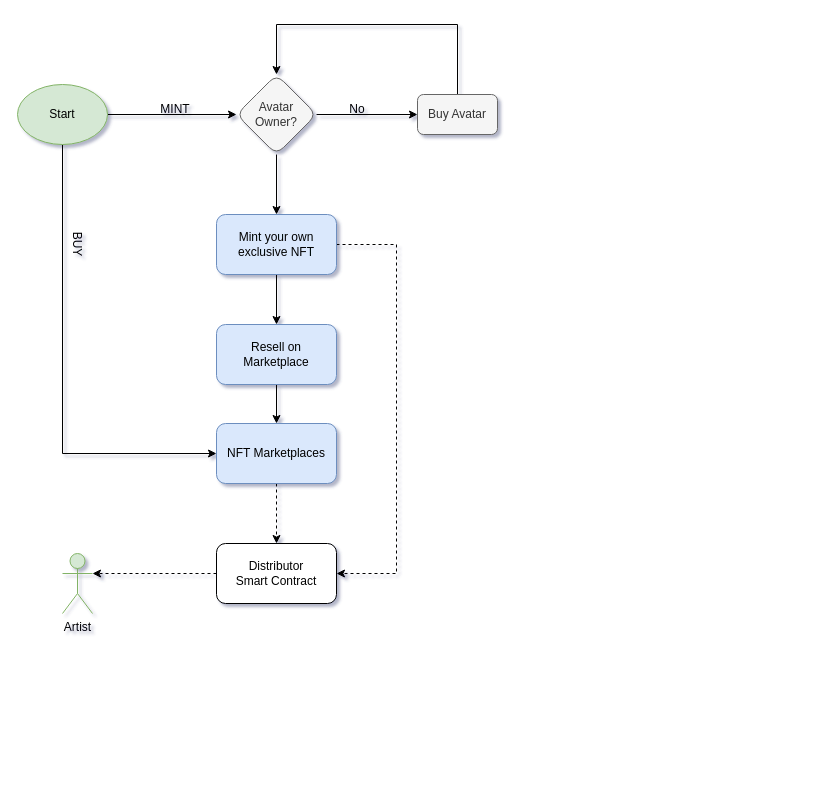
Above: CryptoKiwisSaleFlow.drawio in Carbon-Labs/Diagrams (draw.io), before the change. Source tidied: cells renumbered, new cells numbered last; positions are measured from the earlier drawing's top-left corner, leaving out a move shared by most shapes. Both pictures are drawn from the tidied source at 100%, with x=0, y=0 at pixel (17, 24). Pictures stored in the file or linked from it are replaced by grey dashed boxes.
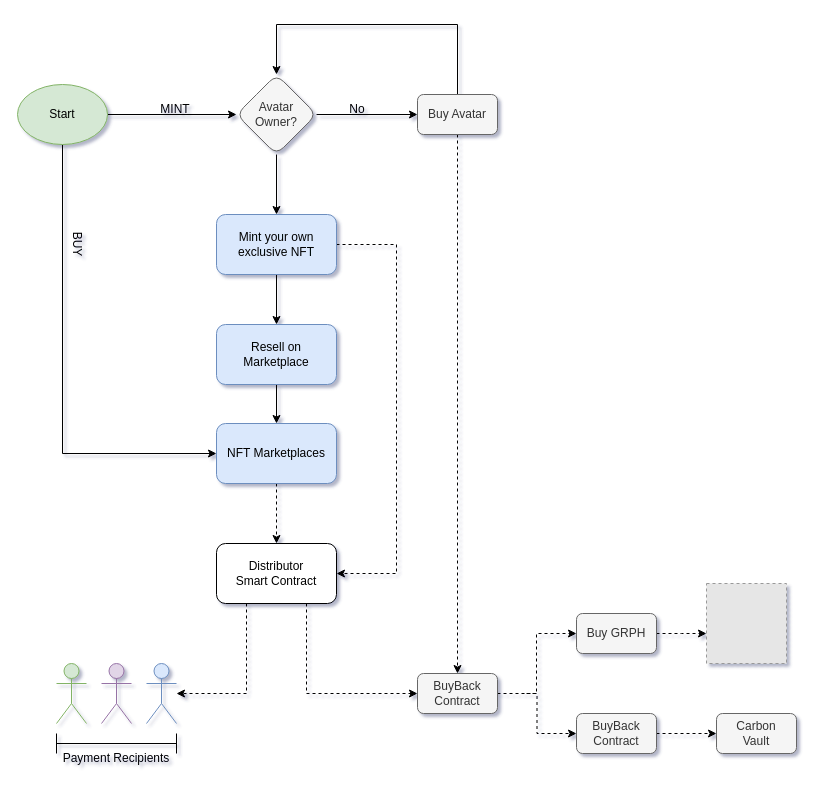
The same diagram, later.

Unchanged cells that the change refers to:
```xml
<mxCell id="6" value="Buy Avatar" style="rounded=1;whiteSpace=wrap;html=1;glass=0;fillColor=#f5f5f5;fontColor=#333333;strokeColor=#666666;" parent="1" vertex="1">
  <mxGeometry x="400" y="70" width="80" height="40" as="geometry" />
</mxCell>
<mxCell id="21" value="Distributor&lt;br&gt;Smart Contract" style="rounded=1;whiteSpace=wrap;html=1;" parent="1" vertex="1">
  <mxGeometry x="199" y="519" width="120" height="60" as="geometry" />
</mxCell>
```

What changed in the source:
```diff
@@
+    <mxCell id="23" style="edgeStyle=orthogonalEdgeStyle;rounded=0;jettySize=auto;html=1;exitX=0.5;exitY=1;exitDx=0;exitDy=0;entryX=0.5;entryY=0;entryDx=0;entryDy=0;dashed=1;" parent="1" edge="1" source="6" target="30">
+      <mxGeometry relative="1" as="geometry" />
+    </mxCell>
@@
-    <mxCell id="20" style="edgeStyle=orthogonalEdgeStyle;rounded=0;jettySize=auto;html=1;exitX=0;exitY=0.5;exitDx=0;exitDy=0;entryX=1;entryY=0.3333333333333333;entryDx=0;entryDy=0;entryPerimeter=0;dashed=1;" parent="1" edge="1" source="21" target="22">
-      <mxGeometry relative="1" as="geometry" />
+    <mxCell id="20" style="edgeStyle=orthogonalEdgeStyle;rounded=0;jettySize=auto;html=1;exitX=0.25;exitY=1;exitDx=0;exitDy=0;dashed=1;" parent="1" edge="1" source="21">
+      <mxGeometry relative="1" as="geometry">
+        <mxPoint x="159" y="669" as="targetPoint" />
+        <Array as="points">
+          <mxPoint x="229" y="669" />
+          <mxPoint x="159" y="669" />
+        </Array>
+      </mxGeometry>
     </mxCell>
+    <mxCell id="24" style="edgeStyle=orthogonalEdgeStyle;rounded=0;jettySize=auto;html=1;exitX=0.75;exitY=1;exitDx=0;exitDy=0;entryX=0;entryY=0.5;entryDx=0;entryDy=0;dashed=1;" parent="1" edge="1" source="21" target="30">
+      <mxGeometry relative="1" as="geometry" />
+    </mxCell>
@@
-    <mxCell id="22" value="Artist" style="shape=umlActor;verticalLabelPosition=bottom;verticalAlign=top;html=1;outlineConnect=0;fillColor=#d5e8d4;strokeColor=#82b366;" parent="1" vertex="1">
-      <mxGeometry x="45" y="529" width="30" height="60" as="geometry" />
+    <mxCell id="22" style="shape=umlActor;verticalLabelPosition=bottom;verticalAlign=top;html=1;outlineConnect=0;fillColor=#dae8fc;strokeColor=#6c8ebf;" parent="1" vertex="1">
+      <mxGeometry x="129" y="639" width="30" height="60" as="geometry" />
     </mxCell>
+    <mxCell id="25" style="edgeStyle=orthogonalEdgeStyle;rounded=0;orthogonalLoop=1;jettySize=auto;html=1;exitX=1;exitY=0.5;exitDx=0;exitDy=0;entryX=0;entryY=0.5;entryDx=0;entryDy=0;dashed=1;" parent="1" edge="1">
+      <mxGeometry relative="1" as="geometry">
+        <mxPoint x="509" y="669" as="sourcePoint" />
+        <mxPoint x="559" y="609" as="targetPoint" />
+        <Array as="points">
+          <mxPoint x="519" y="669" />
+          <mxPoint x="519" y="609" />
+        </Array>
+      </mxGeometry>
+    </mxCell>
+    <mxCell id="26" style="edgeStyle=orthogonalEdgeStyle;rounded=0;jettySize=auto;html=1;exitX=1;exitY=0.5;exitDx=0;exitDy=0;entryX=0;entryY=0.5;entryDx=0;entryDy=0;dashed=1;" parent="1" edge="1" source="30" target="32">
+      <mxGeometry relative="1" as="geometry" />
+    </mxCell>
+    <mxCell id="27" style="edgeStyle=orthogonalEdgeStyle;rounded=0;jettySize=auto;html=1;exitX=1;exitY=0.5;exitDx=0;exitDy=0;dashed=1;entryX=0;entryY=0.5;entryDx=0;entryDy=0;" parent="1" edge="1" source="32" target="33">
+      <mxGeometry relative="1" as="geometry" />
+    </mxCell>
+    <mxCell id="28" style="edgeStyle=orthogonalEdgeStyle;rounded=0;jettySize=auto;html=1;exitX=1;exitY=0.5;exitDx=0;exitDy=0;dashed=1;" parent="1" edge="1" source="31">
+      <mxGeometry relative="1" as="geometry">
+        <mxPoint x="689" y="609" as="targetPoint" />
+      </mxGeometry>
+    </mxCell>
+    <mxCell id="29" style="fillColor=#E6E6E6;strokeColor=#999999;dashed=1;html=1;verticalAlign=top;verticalLabelPosition=bottom;labelBackgroundColor=#ffffff;" parent="1" vertex="1">
+      <mxGeometry x="689" y="559" width="80" height="80" as="geometry" />
+    </mxCell>
+    <mxCell id="30" value="BuyBack&lt;br&gt;Contract" style="rounded=1;whiteSpace=wrap;html=1;glass=0;fillColor=#f5f5f5;fontColor=#333333;strokeColor=#666666;" parent="1" vertex="1">
+      <mxGeometry x="400" y="649" width="80" height="40" as="geometry" />
+    </mxCell>
+    <mxCell id="31" value="Buy GRPH" style="rounded=1;whiteSpace=wrap;html=1;glass=0;fillColor=#f5f5f5;fontColor=#333333;strokeColor=#666666;" parent="1" vertex="1">
+      <mxGeometry x="559" y="589" width="80" height="40" as="geometry" />
+    </mxCell>
+    <mxCell id="32" value="BuyBack&lt;br&gt;Contract" style="rounded=1;whiteSpace=wrap;html=1;glass=0;fillColor=#f5f5f5;fontColor=#333333;strokeColor=#666666;" parent="1" vertex="1">
+      <mxGeometry x="559" y="689" width="80" height="40" as="geometry" />
+    </mxCell>
+    <mxCell id="33" value="Carbon&lt;br&gt;Vault" style="rounded=1;whiteSpace=wrap;html=1;glass=0;fillColor=#f5f5f5;fontColor=#333333;strokeColor=#666666;" parent="1" vertex="1">
+      <mxGeometry x="699" y="689" width="80" height="40" as="geometry" />
+    </mxCell>
+    <mxCell id="34" style="shape=umlActor;verticalLabelPosition=bottom;verticalAlign=top;html=1;fillColor=#e1d5e7;strokeColor=#9673a6;" parent="1" vertex="1">
+      <mxGeometry x="84" y="639" width="30" height="60" as="geometry" />
+    </mxCell>
+    <mxCell id="35" style="shape=umlActor;verticalLabelPosition=bottom;verticalAlign=top;html=1;fillColor=#d5e8d4;strokeColor=#82b366;" parent="1" vertex="1">
+      <mxGeometry x="39" y="639" width="30" height="60" as="geometry" />
+    </mxCell>
+    <mxCell id="36" style="shape=crossbar;whiteSpace=wrap;html=1;rounded=1;" parent="1" vertex="1">
+      <mxGeometry x="39" y="709" width="120" height="20" as="geometry" />
+    </mxCell>
+    <mxCell id="37" value="Payment Recipients" style="text;html=1;strokeColor=none;fillColor=none;align=center;verticalAlign=middle;whiteSpace=wrap;rounded=0;" parent="1" vertex="1">
+      <mxGeometry x="39" y="719" width="120" height="30" as="geometry" />
+    </mxCell>
```
